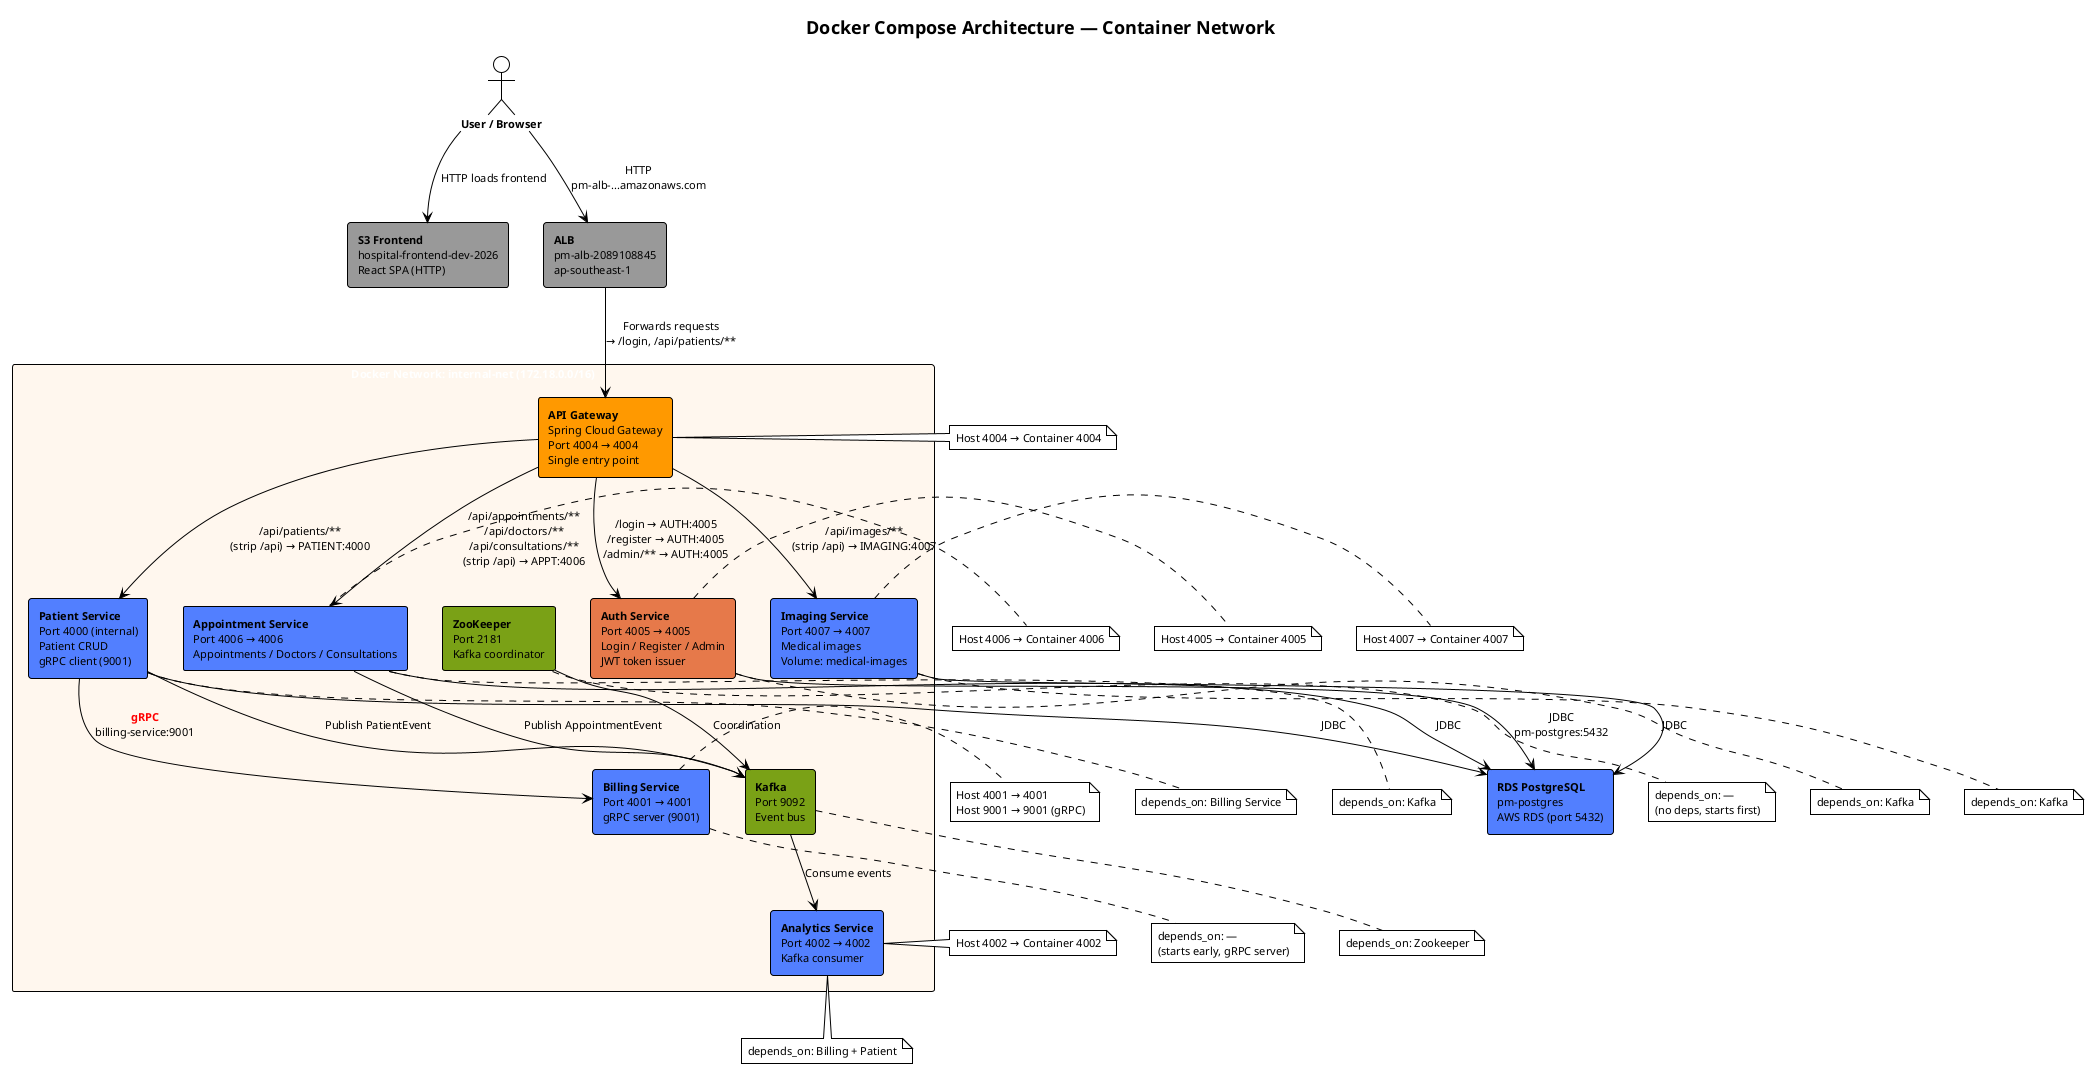
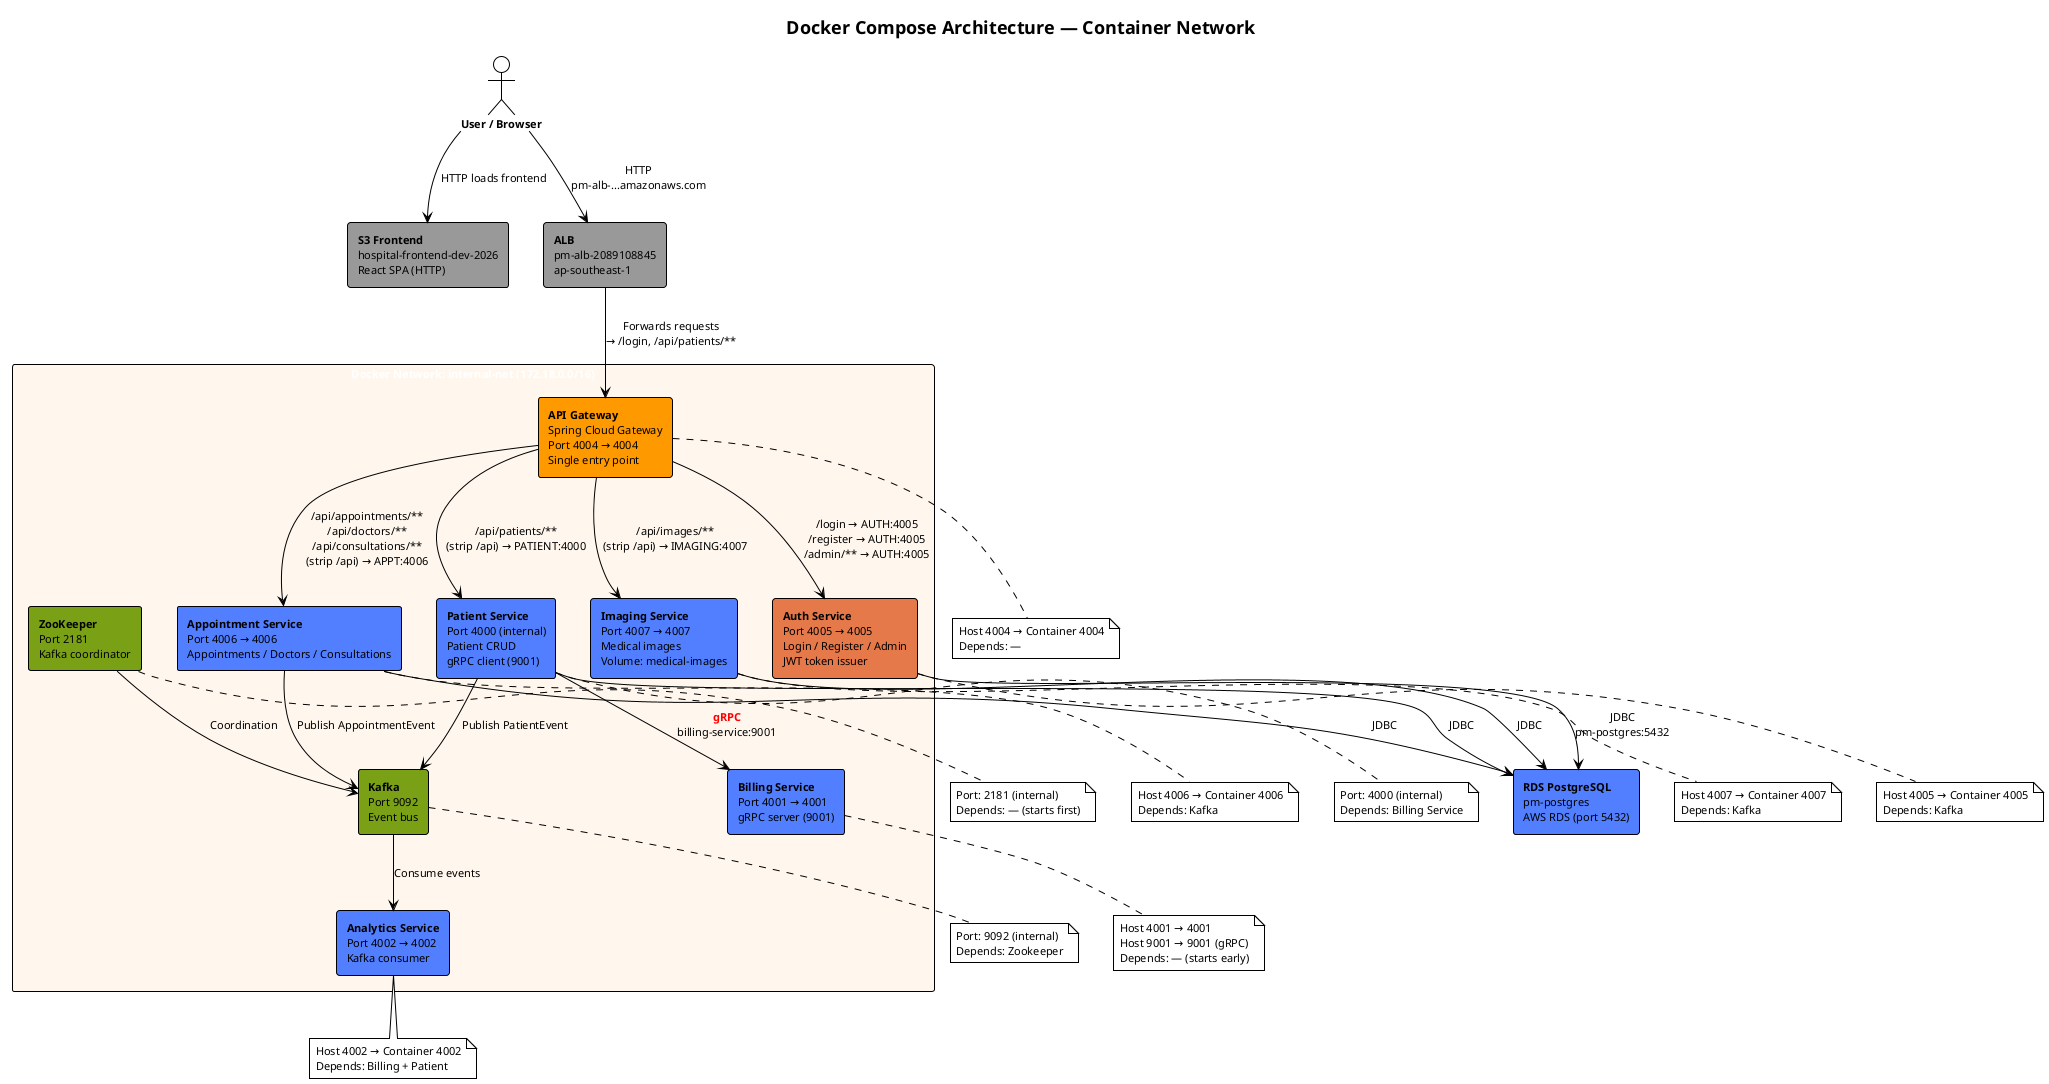
@startuml
!theme plain
skinparam monochrome false
skinparam backgroundColor #FFFFFF
skinparam defaultFontName Arial
skinparam defaultFontSize 11
skinparam packageStyle rectangle

title <size:18><b>Docker Compose Architecture — Container Network</b></size>

' ===== COLORS =====
' Gateway: #FF9900
' Auth: #E6794A
' Core services: #527FFF
' Kafka: #7AA116
' External: #999999

' ===== EXTERNAL =====
actor "<b>User / Browser</b>" as USER
rectangle "<b>S3 Frontend</b>\nhospital-frontend-dev-2026\nReact SPA (HTTP)" as S3_FE #999999
rectangle "<b>ALB</b>\npm-alb-2089108845\nap-southeast-1" as ALB #999999
rectangle "<b>RDS PostgreSQL</b>\npm-postgres\nAWS RDS (port 5432)" as RDS #527FFF

' ===== DOCKER NETWORK =====
rectangle "<color:#FFFFFF><b>Docker Network: internal-net (172.18.0.0/16)</b></color>" as DOCKER_NET #FFF7EE {

  ' ===== GATEWAY LAYER =====
  rectangle "<b>API Gateway</b>\nSpring Cloud Gateway\nPort 4004 → 4004\nSingle entry point" as GW #FF9900

  ' ===== KAFKA LAYER =====
  rectangle "<b>ZooKeeper</b>\nPort 2181\nKafka coordinator" as ZK #7AA116
  rectangle "<b>Kafka</b>\nPort 9092\nEvent bus" as KAFKA #7AA116

  ' ===== BACKEND SERVICES =====
  rectangle "<b>Auth Service</b>\nPort 4005 → 4005\nLogin / Register / Admin\nJWT token issuer" as AUTH #E6794A

  rectangle "<b>Patient Service</b>\nPort 4000 (internal)\nPatient CRUD\ngRPC client (9001)" as PATIENT #527FFF

  rectangle "<b>Billing Service</b>\nPort 4001 → 4001\ngRPC server (9001)" as BILLING #527FFF

  rectangle "<b>Appointment Service</b>\nPort 4006 → 4006\nAppointments / Doctors / Consultations" as APPT #527FFF

  rectangle "<b>Imaging Service</b>\nPort 4007 → 4007\nMedical images\nVolume: medical-images" as IMAGING #527FFF

  rectangle "<b>Analytics Service</b>\nPort 4002 → 4002\nKafka consumer" as ANALYTICS #527FFF

}

' ===== EXTERNAL CONNECTIONS =====
USER --> ALB : "HTTP\npm-alb-...amazonaws.com"
USER --> S3_FE : "HTTP loads frontend"
ALB --> GW : "Forwards requests\n→ /login, /api/patients/**"

' ===== GATEWAY ROUTES =====
GW --> AUTH : "/login → AUTH:4005\n/register → AUTH:4005\n/admin/** → AUTH:4005"
GW --> PATIENT : "/api/patients/**\n(strip /api) → PATIENT:4000"
GW --> APPT : "/api/appointments/**\n/api/doctors/**\n/api/consultations/**\n(strip /api) → APPT:4006"
GW --> IMAGING : "/api/images/**\n(strip /api) → IMAGING:4007"

' ===== INTER-SERVICE =====
PATIENT --> BILLING : "<color:red><b>gRPC</b></color>\nbilling-service:9001"
PATIENT --> KAFKA : "Publish PatientEvent"
APPT --> KAFKA : "Publish AppointmentEvent"
KAFKA --> ANALYTICS : "Consume events"
ZK --> KAFKA : "Coordination"

' ===== DATABASE =====
AUTH --> RDS : "JDBC\npm-postgres:5432"
PATIENT --> RDS : "JDBC"
APPT --> RDS : "JDBC"
IMAGING --> RDS : "JDBC"

- ' ===== DEPENDS_ON =====
- note bottom of ZK : depends_on: —\n(no deps, starts first)
- note bottom of KAFKA : depends_on: Zookeeper
- note bottom of BILLING : depends_on: —\n(starts early, gRPC server)
- note bottom of PATIENT : depends_on: Billing Service
- note bottom of ANALYTICS : depends_on: Billing + Patient
- note bottom of APPT : depends_on: Kafka
- note bottom of AUTH : depends_on: Kafka
- note bottom of IMAGING : depends_on: Kafka
- 
- ' ===== PORTS =====
- note right of GW : Host 4004 → Container 4004
- note right of AUTH : Host 4005 → Container 4005
- note right of BILLING : Host 4001 → 4001\nHost 9001 → 9001 (gRPC)
- note right of APPT : Host 4006 → Container 4006
- note right of IMAGING : Host 4007 → Container 4007
- note right of ANALYTICS : Host 4002 → Container 4002
+ ' ===== PORTS + DEPENDS_ON =====
+ note bottom of ZK : Port: 2181 (internal)\nDepends: — (starts first)
+ note bottom of KAFKA : Port: 9092 (internal)\nDepends: Zookeeper
+ note bottom of GW : Host 4004 → Container 4004\nDepends: —
+ note bottom of AUTH : Host 4005 → Container 4005\nDepends: Kafka
+ note bottom of PATIENT : Port: 4000 (internal)\nDepends: Billing Service
+ note bottom of BILLING : Host 4001 → 4001\nHost 9001 → 9001 (gRPC)\nDepends: — (starts early)
+ note bottom of APPT : Host 4006 → Container 4006\nDepends: Kafka
+ note bottom of IMAGING : Host 4007 → Container 4007\nDepends: Kafka
+ note bottom of ANALYTICS : Host 4002 → Container 4002\nDepends: Billing + Patient

@enduml
